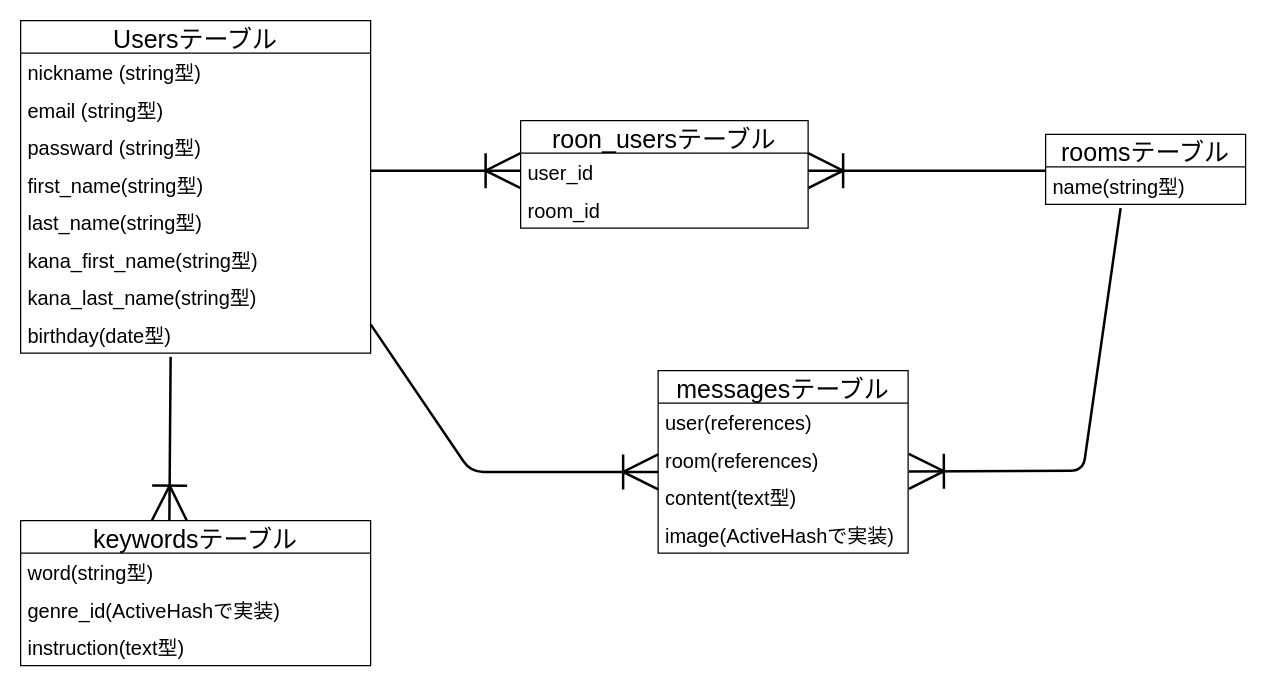
The draw.io diagram vocabulary-words.dio in ryotechcamp/vocabulary-words, before the edit. Source tidied: cells renumbered, new cells numbered last; positions are measured from the earlier drawing's top-left corner, leaving out a move shared by most shapes. Both pictures are drawn from the tidied source at 125%, with x=0, y=0 at pixel (20, 20).
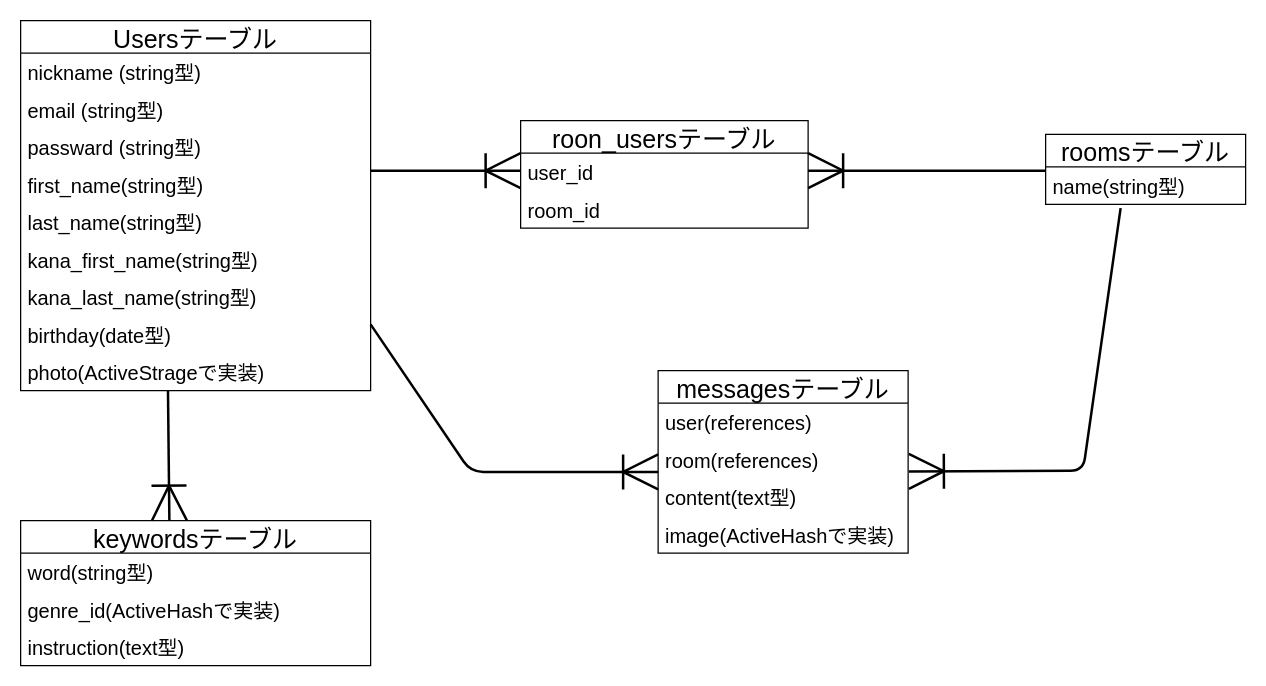
The same diagram, later.

What changed in the source:
```diff
@@
     <mxCell id="6" value="Usersテーブル" style="swimlane;fontStyle=0;horizontal=1;startSize=26;align=center;fontSize=20;" parent="1" vertex="1">
-      <mxGeometry width="280" height="266" as="geometry" />
+      <mxGeometry width="280" height="296" as="geometry" />
     </mxCell>
@@
+    <mxCell id="30" value="photo(ActiveStrageで実装)" style="text;strokeColor=none;fillColor=none;spacingLeft=4;spacingRight=4;overflow=hidden;points=[[0,0.5],[1,0.5]];portConstraint=eastwest;fontSize=16;" parent="6" vertex="1">
+      <mxGeometry y="266" width="280" height="30" as="geometry" />
+    </mxCell>
@@
-    <mxCell id="26" style="fontSize=12;html=1;endArrow=ERoneToMany;endSize=25;startSize=6;strokeWidth=2;" parent="1" edge="1">
+    <mxCell id="26" style="fontSize=12;html=1;endArrow=ERoneToMany;endSize=25;startSize=6;strokeWidth=2;exitX=0.421;exitY=0.987;exitDx=0;exitDy=0;exitPerimeter=0;" parent="1" edge="1" source="30">
       <mxGeometry relative="1" as="geometry">
-        <mxPoint x="120" y="269" as="sourcePoint" />
         <mxPoint x="119" y="400" as="targetPoint" />
       </mxGeometry>
     </mxCell>
```
